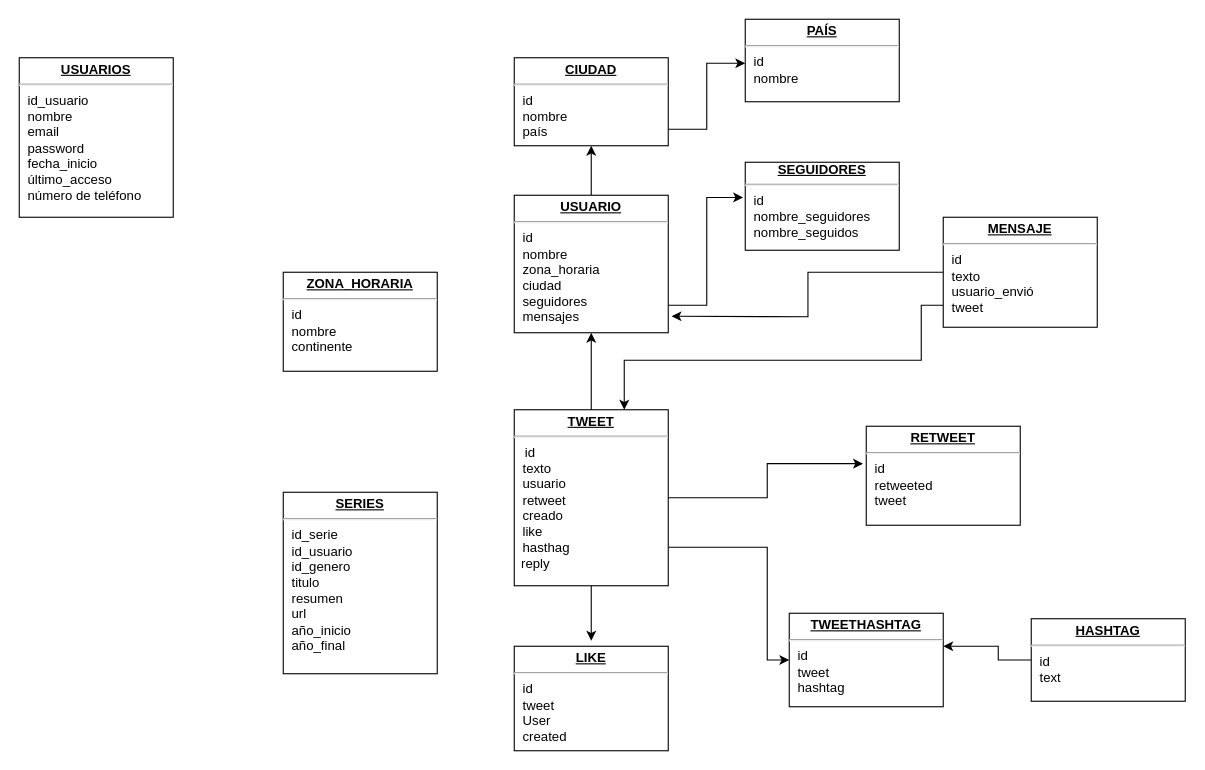
Above: Copy of Untitled Diagram.drawio in EvaAnalytics/Images (draw.io), before the change. Source tidied: cells renumbered, new cells numbered last; positions are measured from the earlier drawing's top-left corner, leaving out a move shared by most shapes. Both pictures are drawn from the tidied source at 110%, with x=0, y=0 at pixel (19, 19).
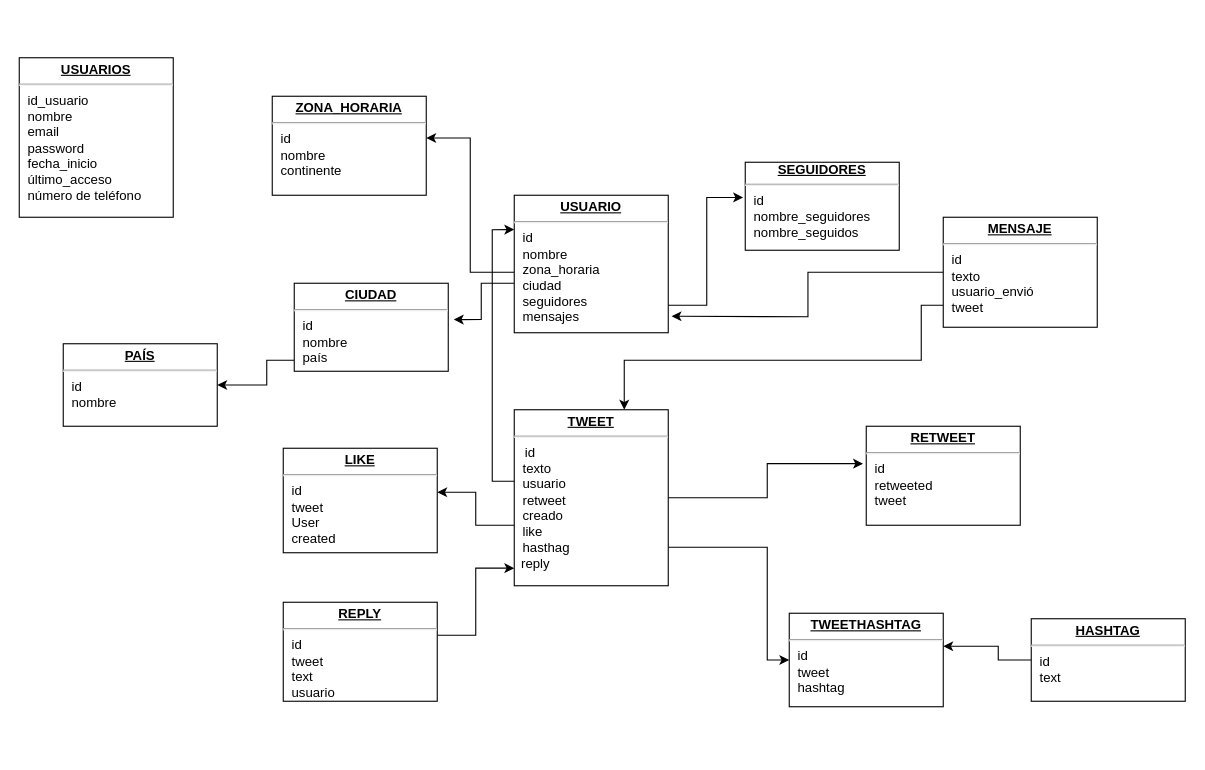
The same diagram, later.

The change refers to these unchanged cells:
```xml
<mxCell id="7" value="&lt;p style=&quot;margin: 0px ; margin-top: 4px ; text-align: center ; text-decoration: underline&quot;&gt;&lt;b&gt;TWEET&lt;/b&gt;&lt;br&gt;&lt;/p&gt;&lt;hr&gt;&amp;nbsp;&amp;nbsp; id&lt;br&gt;&lt;p style=&quot;margin: 0px ; margin-left: 8px&quot;&gt;texto&lt;br&gt;usuario&lt;br&gt;&lt;/p&gt;&lt;p style=&quot;margin: 0px ; margin-left: 8px&quot;&gt;retweet&lt;br&gt;&lt;/p&gt;&lt;p style=&quot;margin: 0px ; margin-left: 8px&quot;&gt;creado&lt;br&gt;&lt;/p&gt;&lt;p style=&quot;margin: 0px ; margin-left: 8px&quot;&gt;like&lt;br&gt;&lt;/p&gt;&lt;p style=&quot;margin: 0px ; margin-left: 8px&quot;&gt;hasthag&lt;br&gt;&lt;/p&gt;&amp;nbsp; reply&lt;br&gt;&lt;p style=&quot;margin: 0px ; margin-left: 8px&quot;&gt;&lt;br&gt;&lt;/p&gt;&lt;p style=&quot;margin: 0px ; margin-left: 8px&quot;&gt;&lt;br&gt;&lt;/p&gt;&lt;p style=&quot;margin: 0px ; margin-left: 8px&quot;&gt;&lt;br&gt;&lt;/p&gt;" style="verticalAlign=top;align=left;overflow=fill;fontSize=12;fontFamily=Helvetica;html=1;rounded=0;shadow=0;comic=0;labelBackgroundColor=none;strokeWidth=1;" parent="1" vertex="1">
  <mxGeometry x="450" y="355" width="140" height="160" as="geometry" />
</mxCell>
<mxCell id="12" value="&lt;p style=&quot;margin: 0px ; margin-top: 4px ; text-align: center ; text-decoration: underline&quot;&gt;&lt;b&gt;USUARIO&lt;/b&gt;&lt;br&gt;&lt;/p&gt;&lt;hr&gt;&lt;p style=&quot;margin: 0px ; margin-left: 8px&quot;&gt;id&lt;br&gt;nombre&lt;br&gt;zona_horaria&lt;/p&gt;&lt;p style=&quot;margin: 0px ; margin-left: 8px&quot;&gt;ciudad&lt;br&gt;&lt;/p&gt;&lt;p style=&quot;margin: 0px ; margin-left: 8px&quot;&gt;seguidores&lt;/p&gt;&lt;p style=&quot;margin: 0px ; margin-left: 8px&quot;&gt;mensajes&lt;br&gt;&lt;/p&gt;&lt;p style=&quot;margin: 0px ; margin-left: 8px&quot;&gt;&lt;br&gt;&lt;/p&gt;&lt;p style=&quot;margin: 0px ; margin-left: 8px&quot;&gt;&lt;br&gt;&lt;/p&gt;&lt;p style=&quot;margin: 0px ; margin-left: 8px&quot;&gt;&lt;br&gt;&lt;/p&gt;&lt;p style=&quot;margin: 0px ; margin-left: 8px&quot;&gt;&lt;br&gt;&lt;/p&gt;&lt;p style=&quot;margin: 0px ; margin-left: 8px&quot;&gt;&lt;br&gt;&lt;/p&gt;&lt;p style=&quot;margin: 0px ; margin-left: 8px&quot;&gt;&lt;br&gt;&lt;/p&gt;&lt;p style=&quot;margin: 0px ; margin-left: 8px&quot;&gt;&lt;br&gt;&lt;/p&gt;" style="verticalAlign=top;align=left;overflow=fill;fontSize=12;fontFamily=Helvetica;html=1;rounded=0;shadow=0;comic=0;labelBackgroundColor=none;strokeWidth=1;" parent="1" vertex="1">
  <mxGeometry x="450" y="160" width="140" height="125" as="geometry" />
</mxCell>
<mxCell id="13" value="&lt;div align=&quot;center&quot;&gt;&lt;u&gt;&lt;b&gt;SEGUIDORES&lt;/b&gt;&lt;/u&gt;&lt;/div&gt;&lt;hr&gt;&lt;p style=&quot;margin: 0px ; margin-left: 8px&quot;&gt;id&lt;br&gt;nombre_seguidores&lt;br&gt;nombre_seguidos&lt;/p&gt;" style="verticalAlign=top;align=left;overflow=fill;fontSize=12;fontFamily=Helvetica;html=1;rounded=0;shadow=0;comic=0;labelBackgroundColor=none;strokeWidth=1;" parent="1" vertex="1">
  <mxGeometry x="660" y="130" width="140" height="80" as="geometry" />
</mxCell>
```

Diff of the diagram source:
```diff
@@
     <mxCell id="4" value="&lt;p style=&quot;margin: 0px ; margin-top: 4px ; text-align: center ; text-decoration: underline&quot;&gt;&lt;b&gt;PAÍS&lt;/b&gt;&lt;br&gt;&lt;/p&gt;&lt;hr&gt;&lt;p style=&quot;margin: 0px ; margin-left: 8px&quot;&gt;id&lt;br&gt;nombre&lt;/p&gt;&lt;p style=&quot;margin: 0px ; margin-left: 8px&quot;&gt;&lt;br&gt;&lt;/p&gt;&lt;br&gt;&lt;p style=&quot;margin: 0px ; margin-left: 8px&quot;&gt;&lt;br&gt;&lt;/p&gt;&lt;p style=&quot;margin: 0px ; margin-left: 8px&quot;&gt;&lt;br&gt;&lt;/p&gt;&lt;p style=&quot;margin: 0px ; margin-left: 8px&quot;&gt;&lt;br&gt;&lt;/p&gt;&lt;p style=&quot;margin: 0px ; margin-left: 8px&quot;&gt;&lt;br&gt;&lt;/p&gt;" style="verticalAlign=top;align=left;overflow=fill;fontSize=12;fontFamily=Helvetica;html=1;rounded=0;shadow=0;comic=0;labelBackgroundColor=none;strokeWidth=1;" parent="1" vertex="1">
-      <mxGeometry x="660" width="140" height="75" as="geometry" />
+      <mxGeometry x="40" y="295" width="140" height="75" as="geometry" />
     </mxCell>
@@
+    <mxCell id="26" style="edgeStyle=orthogonalEdgeStyle;rounded=0;jettySize=auto;html=1;entryX=1;entryY=0.421;entryDx=0;entryDy=0;entryPerimeter=0;" parent="1" edge="1" source="7" target="22">
+      <mxGeometry relative="1" as="geometry">
+        <Array as="points">
+          <mxPoint x="415" y="460" />
+          <mxPoint x="415" y="430" />
+        </Array>
+      </mxGeometry>
+    </mxCell>
+    <mxCell id="24" style="edgeStyle=orthogonalEdgeStyle;rounded=0;jettySize=auto;html=1;entryX=0;entryY=0.25;entryDx=0;entryDy=0;" parent="1" edge="1" source="7" target="12">
+      <mxGeometry relative="1" as="geometry">
+        <Array as="points">
+          <mxPoint x="430" y="420" />
+          <mxPoint x="430" y="191" />
+        </Array>
+      </mxGeometry>
+    </mxCell>
@@
     <mxCell id="8" value="&lt;p style=&quot;margin: 0px ; margin-top: 4px ; text-align: center ; text-decoration: underline&quot;&gt;&lt;b&gt;ZONA_HORARIA&lt;/b&gt;&lt;/p&gt;&lt;hr&gt;&lt;p style=&quot;margin: 0px ; margin-left: 8px&quot;&gt;id&lt;br&gt;nombre&lt;br&gt;continente&lt;/p&gt;" style="verticalAlign=top;align=left;overflow=fill;fontSize=12;fontFamily=Helvetica;html=1;rounded=0;shadow=0;comic=0;labelBackgroundColor=none;strokeWidth=1;" parent="1" vertex="1">
-      <mxGeometry x="240" y="230" width="140" height="90" as="geometry" />
+      <mxGeometry x="230" y="70" width="140" height="90" as="geometry" />
     </mxCell>
+    <mxCell id="27" style="edgeStyle=orthogonalEdgeStyle;rounded=0;jettySize=auto;html=1;entryX=0;entryY=0.9;entryDx=0;entryDy=0;entryPerimeter=0;" parent="1" edge="1" source="9" target="7">
+      <mxGeometry relative="1" as="geometry">
+        <Array as="points">
+          <mxPoint x="415" y="560" />
+          <mxPoint x="415" y="499" />
+        </Array>
+      </mxGeometry>
+    </mxCell>
-    <mxCell id="9" value="&lt;p style=&quot;margin: 0px ; margin-top: 4px ; text-align: center ; text-decoration: underline&quot;&gt;&lt;b&gt;SERIES&lt;/b&gt;&lt;/p&gt;&lt;hr&gt;&lt;p style=&quot;margin: 0px ; margin-left: 8px&quot;&gt;id_serie&lt;br&gt;id_usuario&lt;br&gt;id_genero&lt;br&gt;&lt;/p&gt;&lt;p style=&quot;margin: 0px ; margin-left: 8px&quot;&gt;titulo&lt;br&gt;&lt;/p&gt;&lt;p style=&quot;margin: 0px ; margin-left: 8px&quot;&gt;resumen&lt;br&gt;&lt;/p&gt;&lt;p style=&quot;margin: 0px ; margin-left: 8px&quot;&gt;url&lt;br&gt;&lt;/p&gt;&lt;p style=&quot;margin: 0px ; margin-left: 8px&quot;&gt;año_inicio&lt;br&gt;&lt;/p&gt;&lt;p style=&quot;margin: 0px ; margin-left: 8px&quot;&gt;año_final&lt;br&gt;&lt;/p&gt;&lt;p style=&quot;margin: 0px ; margin-left: 8px&quot;&gt;&lt;br&gt;&lt;/p&gt;&lt;p style=&quot;margin: 0px ; margin-left: 8px&quot;&gt;&lt;br&gt;&lt;/p&gt;" style="verticalAlign=top;align=left;overflow=fill;fontSize=12;fontFamily=Helvetica;html=1;rounded=0;shadow=0;comic=0;labelBackgroundColor=none;strokeWidth=1;" parent="1" vertex="1">
-      <mxGeometry x="240" y="430" width="140" height="165" as="geometry" />
+    <mxCell id="9" value="&lt;p style=&quot;margin: 0px ; margin-top: 4px ; text-align: center ; text-decoration: underline&quot;&gt;&lt;b&gt;REPLY&lt;/b&gt;&lt;/p&gt;&lt;hr&gt;&lt;p style=&quot;margin: 0px ; margin-left: 8px&quot;&gt;id&lt;br&gt;tweet&lt;br&gt;text&lt;br&gt;&lt;/p&gt;&lt;p style=&quot;margin: 0px ; margin-left: 8px&quot;&gt;usuario&lt;br&gt;&lt;/p&gt;&lt;br&gt;&lt;p style=&quot;margin: 0px ; margin-left: 8px&quot;&gt;&lt;br&gt;&lt;/p&gt;&lt;p style=&quot;margin: 0px ; margin-left: 8px&quot;&gt;&lt;br&gt;&lt;/p&gt;" style="verticalAlign=top;align=left;overflow=fill;fontSize=12;fontFamily=Helvetica;html=1;rounded=0;shadow=0;comic=0;labelBackgroundColor=none;strokeWidth=1;" parent="1" vertex="1">
+      <mxGeometry x="240" y="530" width="140" height="90" as="geometry" />
     </mxCell>
+    <mxCell id="11" style="edgeStyle=orthogonalEdgeStyle;rounded=0;jettySize=auto;html=1;entryX=-0.014;entryY=0.4;entryDx=0;entryDy=0;entryPerimeter=0;" parent="1" edge="1" source="12" target="13">
+      <mxGeometry relative="1" as="geometry">
+        <Array as="points">
+          <mxPoint x="625" y="260" />
+          <mxPoint x="625" y="162" />
+        </Array>
+      </mxGeometry>
+    </mxCell>
+    <mxCell id="28" style="edgeStyle=orthogonalEdgeStyle;rounded=0;jettySize=auto;html=1;entryX=1;entryY=0.422;entryDx=0;entryDy=0;entryPerimeter=0;" parent="1" edge="1" source="12" target="8">
+      <mxGeometry relative="1" as="geometry">
+        <Array as="points">
+          <mxPoint x="410" y="230" />
+          <mxPoint x="410" y="108" />
+        </Array>
+      </mxGeometry>
+    </mxCell>
-    <mxCell id="10" style="edgeStyle=orthogonalEdgeStyle;rounded=0;jettySize=auto;html=1;entryX=0.5;entryY=1;entryDx=0;entryDy=0;" parent="1" edge="1" source="12" target="15">
-      <mxGeometry relative="1" as="geometry" />
+    <mxCell id="10" style="edgeStyle=orthogonalEdgeStyle;rounded=0;jettySize=auto;html=1;entryX=1.036;entryY=0.413;entryDx=0;entryDy=0;entryPerimeter=0;" parent="1" edge="1" source="12" target="15">
+      <mxGeometry relative="1" as="geometry">
+        <Array as="points">
+          <mxPoint x="420" y="240" />
+          <mxPoint x="420" y="273" />
+        </Array>
+      </mxGeometry>
     </mxCell>
-    <mxCell id="11" style="edgeStyle=orthogonalEdgeStyle;rounded=0;jettySize=auto;html=1;entryX=-0.014;entryY=0.4;entryDx=0;entryDy=0;entryPerimeter=0;" parent="1" edge="1" source="12" target="13">
-      <mxGeometry relative="1" as="geometry">
-        <Array as="points">
-          <mxPoint x="625" y="260" />
-          <mxPoint x="625" y="162" />
-        </Array>
-      </mxGeometry>
-    </mxCell>
@@
-    <mxCell id="14" style="edgeStyle=orthogonalEdgeStyle;rounded=0;jettySize=auto;html=1;" parent="1" edge="1" source="15">
-      <mxGeometry relative="1" as="geometry">
-        <mxPoint x="660" y="40" as="targetPoint" />
-        <Array as="points">
-          <mxPoint x="625" y="100" />
-          <mxPoint x="625" y="40" />
-        </Array>
-      </mxGeometry>
-    </mxCell>
+    <mxCell id="29" style="edgeStyle=orthogonalEdgeStyle;rounded=0;jettySize=auto;html=1;entryX=1;entryY=0.5;entryDx=0;entryDy=0;" parent="1" edge="1" source="15" target="4">
+      <mxGeometry relative="1" as="geometry">
+        <Array as="points">
+          <mxPoint x="225" y="310" />
+          <mxPoint x="225" y="333" />
+          <mxPoint x="180" y="333" />
+        </Array>
+      </mxGeometry>
+    </mxCell>
     <mxCell id="15" value="&lt;p style=&quot;margin: 0px ; margin-top: 4px ; text-align: center ; text-decoration: underline&quot;&gt;&lt;b&gt;CIUDAD&lt;/b&gt;&lt;br&gt;&lt;/p&gt;&lt;hr&gt;&lt;p style=&quot;margin: 0px ; margin-left: 8px&quot;&gt;id&lt;br&gt;nombre&lt;br&gt;país&lt;/p&gt;&lt;p style=&quot;margin: 0px ; margin-left: 8px&quot;&gt;&lt;br&gt;&lt;/p&gt;&lt;p style=&quot;margin: 0px ; margin-left: 8px&quot;&gt;&lt;br&gt;&lt;/p&gt;" style="verticalAlign=top;align=left;overflow=fill;fontSize=12;fontFamily=Helvetica;html=1;rounded=0;shadow=0;comic=0;labelBackgroundColor=none;strokeWidth=1;" parent="1" vertex="1">
-      <mxGeometry x="450" y="35" width="140" height="80" as="geometry" />
+      <mxGeometry x="250" y="240" width="140" height="80" as="geometry" />
     </mxCell>
@@
     <mxCell id="22" value="&lt;p style=&quot;margin: 0px ; margin-top: 4px ; text-align: center ; text-decoration: underline&quot;&gt;&lt;b&gt;LIKE&lt;/b&gt;&lt;br&gt;&lt;/p&gt;&lt;hr&gt;&lt;p style=&quot;margin: 0px ; margin-left: 8px&quot;&gt;id&lt;br&gt;tweet&lt;br&gt;User&lt;br&gt;&lt;/p&gt;&lt;p style=&quot;margin: 0px ; margin-left: 8px&quot;&gt;created&lt;br&gt;&lt;/p&gt;&lt;br&gt;&lt;p style=&quot;margin: 0px ; margin-left: 8px&quot;&gt;&lt;br&gt;&lt;/p&gt;&lt;p style=&quot;margin: 0px ; margin-left: 8px&quot;&gt;&lt;br&gt;&lt;/p&gt;&lt;p style=&quot;margin: 0px ; margin-left: 8px&quot;&gt;&lt;br&gt;&lt;/p&gt;" style="verticalAlign=top;align=left;overflow=fill;fontSize=12;fontFamily=Helvetica;html=1;rounded=0;shadow=0;comic=0;labelBackgroundColor=none;strokeWidth=1;" parent="1" vertex="1">
-      <mxGeometry x="450" y="570" width="140" height="95" as="geometry" />
+      <mxGeometry x="240" y="390" width="140" height="95" as="geometry" />
     </mxCell>
-    <mxCell id="23" style="endArrow=classic;html=1;exitX=0.5;exitY=1;exitDx=0;exitDy=0;" parent="1" edge="1" source="7">
-      <mxGeometry relative="1" as="geometry">
-        <mxPoint x="520" y="565" as="targetPoint" />
-      </mxGeometry>
-    </mxCell>
-    <mxCell id="24" style="endArrow=classic;html=1;entryX=0.5;entryY=1;entryDx=0;entryDy=0;exitX=0.5;exitY=0;exitDx=0;exitDy=0;" parent="1" edge="1" source="7" target="12">
-      <mxGeometry relative="1" as="geometry" />
-    </mxCell>
```
